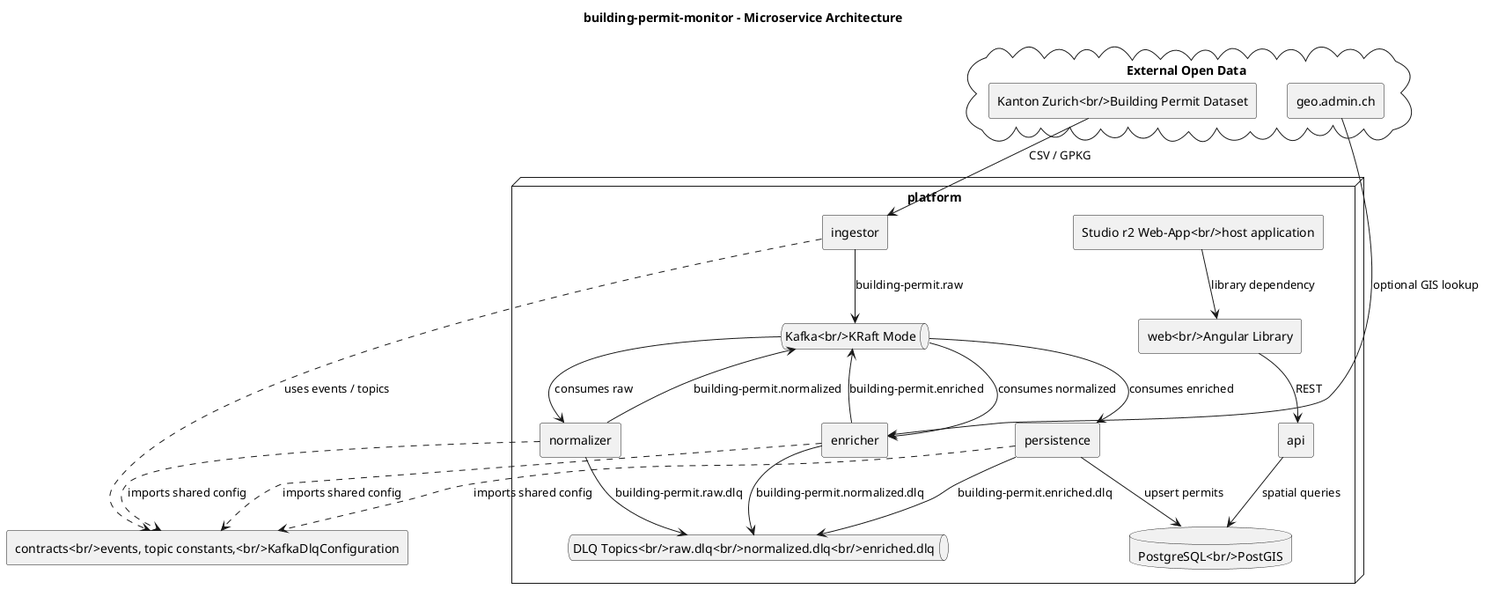
Earlier version of the PlantUML export docs/architecture/microservice-architecture.png (wsutter/building-permit-monitor-root). Source of this version:
```plantuml
@startuml
title building-permit-monitor - Microservice Architecture

skinparam componentStyle rectangle
skinparam shadowing false

cloud "External Open Data" {
  component "Kanton Zurich<br/>Building Permit Dataset" as source
  component "geo.admin.ch" as geo
}

node "platform" {
  queue "Kafka<br/>KRaft Mode" as kafka
  queue "DLQ Topics<br/>raw.dlq<br/>normalized.dlq<br/>enriched.dlq" as dlq
  database "PostgreSQL<br/>PostGIS" as postgres

  component "ingestor" as ingestor
  component "normalizer" as normalizer
  component "enricher" as enricher
  component "persistence" as persistence
  component "api" as api
  component "web<br/>Angular Library" as web
  component "Studio r2 Web-App<br/>host application" as host
}

component "contracts<br/>events, topic constants,<br/>KafkaDlqConfiguration" as contracts

source --> ingestor : CSV / GPKG
ingestor --> kafka : building-permit.raw
kafka --> normalizer : consumes raw
normalizer --> kafka : building-permit.normalized
normalizer --> dlq : building-permit.raw.dlq
kafka --> enricher : consumes normalized
geo --> enricher : optional GIS lookup
enricher --> kafka : building-permit.enriched
enricher --> dlq : building-permit.normalized.dlq
kafka --> persistence : consumes enriched
persistence --> postgres : upsert permits
persistence --> dlq : building-permit.enriched.dlq
api --> postgres : spatial queries
host --> web : library dependency
web --> api : REST

normalizer ..> contracts : imports shared config
enricher ..> contracts : imports shared config
persistence ..> contracts : imports shared config
ingestor ..> contracts : uses events / topics

@enduml
```
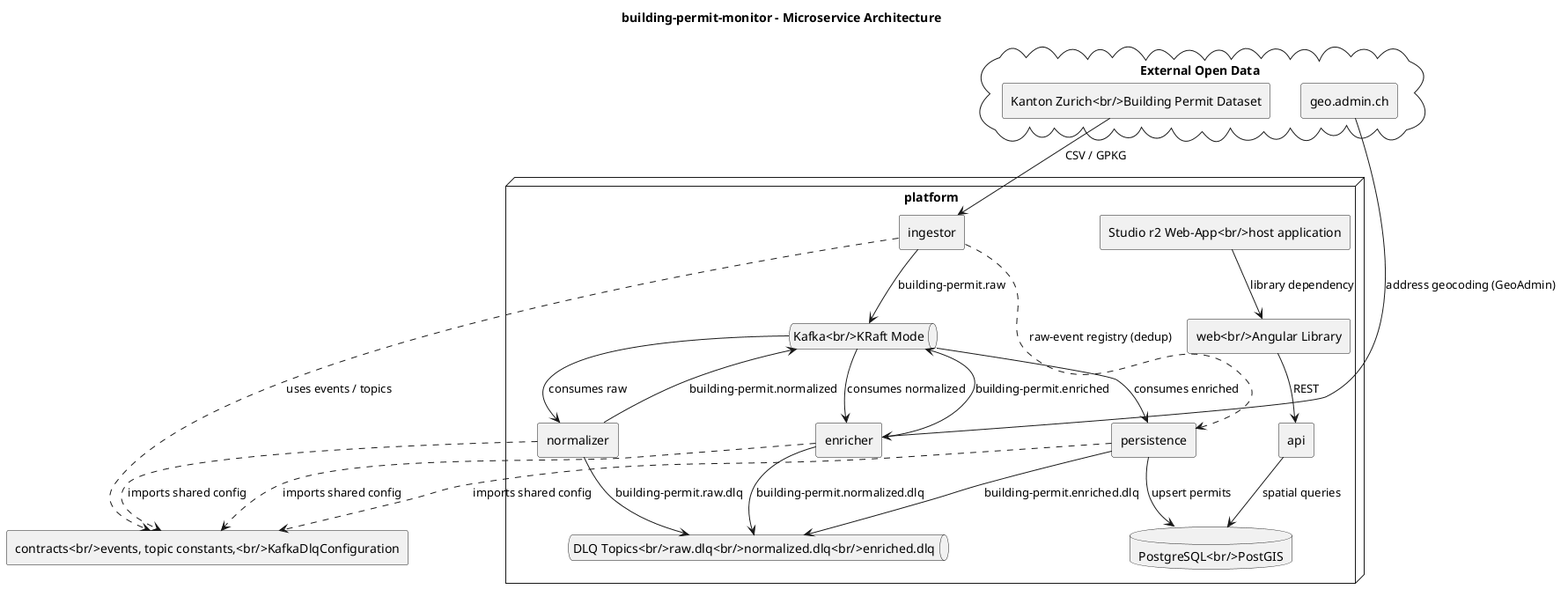
The same file after the commit.

Change to the diagram source:
```diff
@@ -31,13 +31,14 @@
 normalizer --> kafka : building-permit.normalized
 normalizer --> dlq : building-permit.raw.dlq
 kafka --> enricher : consumes normalized
-geo --> enricher : optional GIS lookup
+geo --> enricher : address geocoding (GeoAdmin)
 enricher --> kafka : building-permit.enriched
 enricher --> dlq : building-permit.normalized.dlq
 kafka --> persistence : consumes enriched
 persistence --> postgres : upsert permits
 persistence --> dlq : building-permit.enriched.dlq
 api --> postgres : spatial queries
+ingestor ..> persistence : raw-event registry (dedup)
 host --> web : library dependency
 web --> api : REST
 
```
